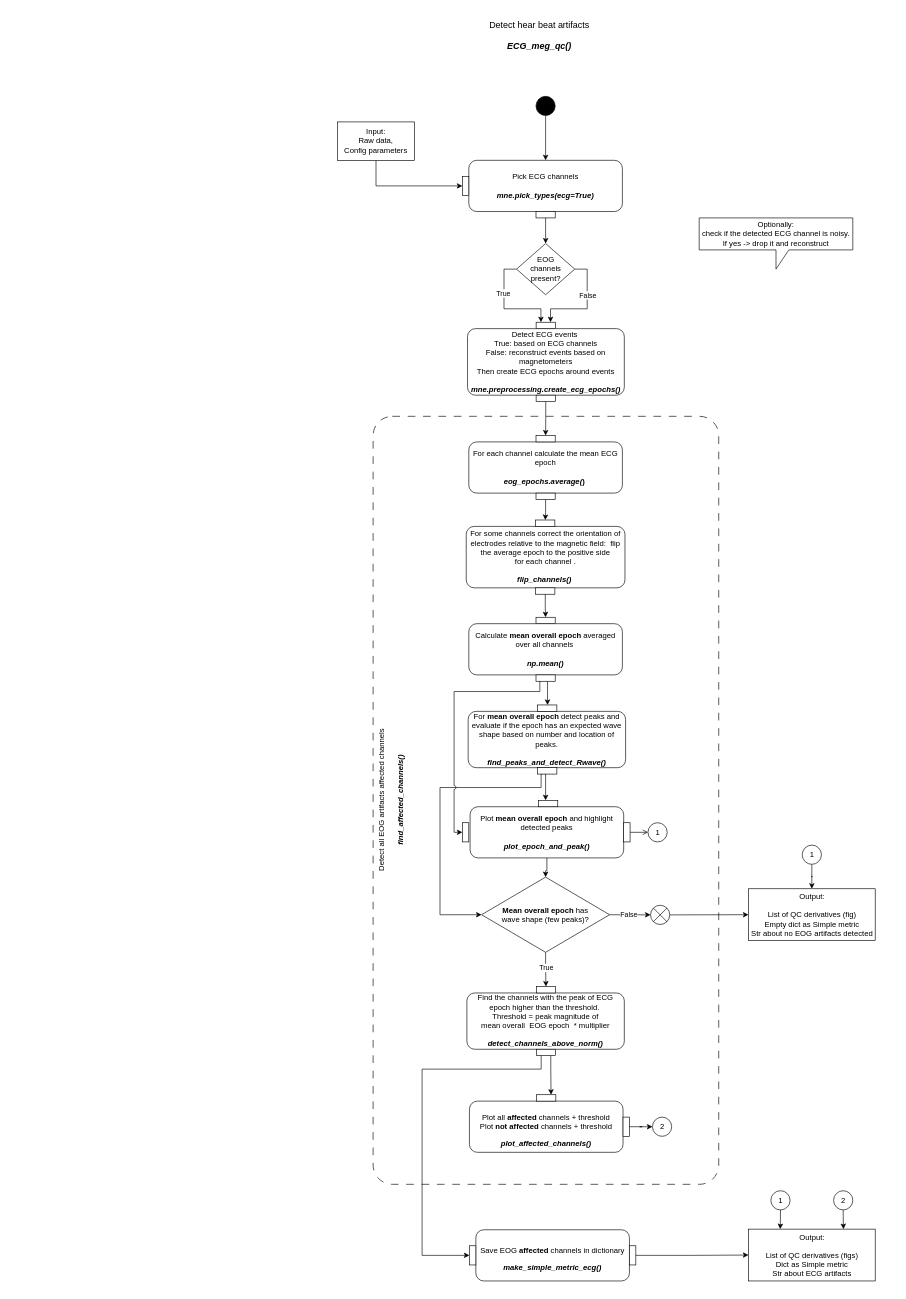
Before: diagrams/_ECG_UML2.5.drawio in oldgandalf/MEGqcJorge, a draw.io diagram. Source tidied: cells renumbered, new cells numbered last; positions are measured from the earlier drawing's top-left corner, leaving out a move shared by most shapes. Both pictures are drawn from the tidied source at 64%, with x=0, y=0 at pixel (184, 19).
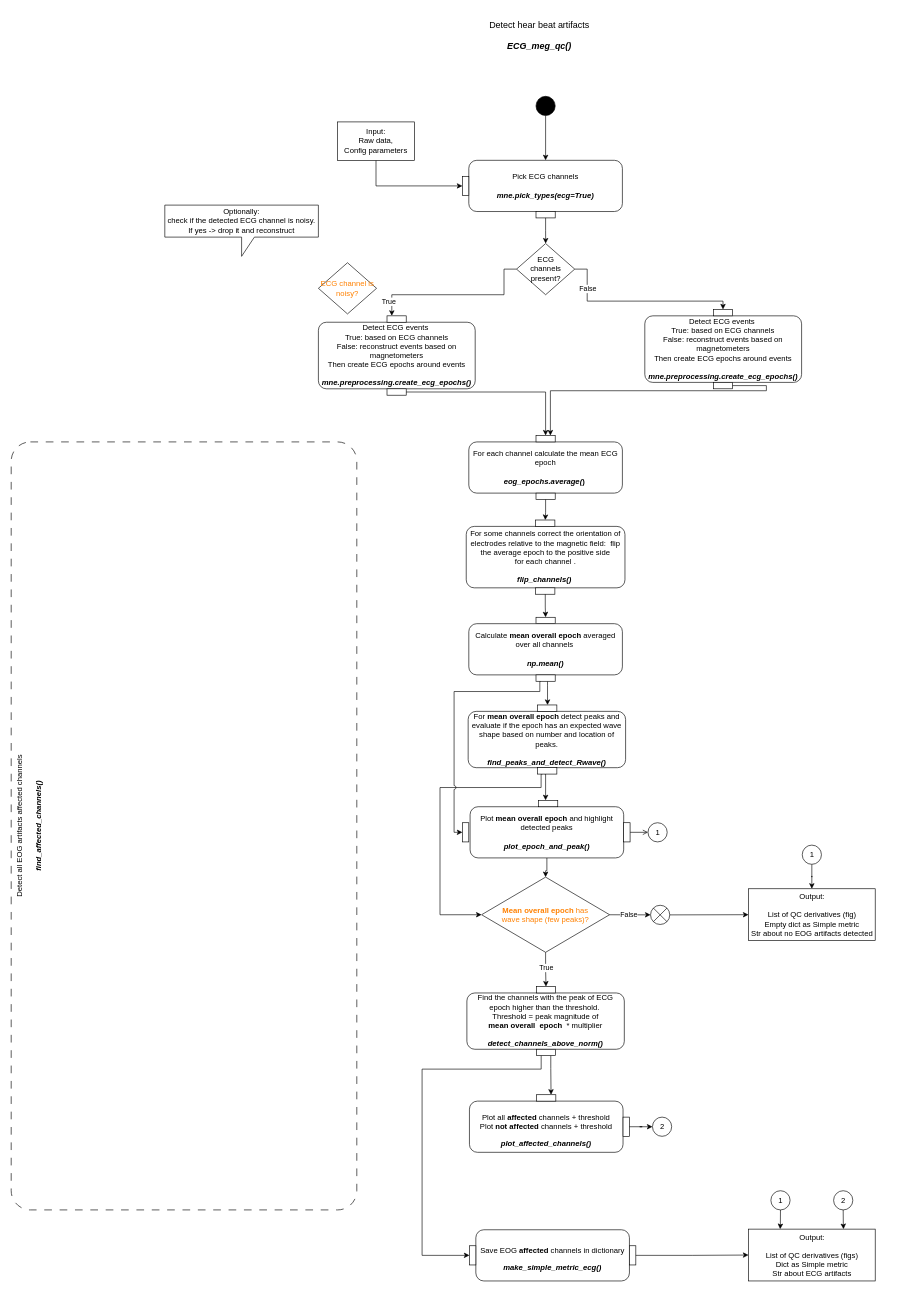
After the change.

The change refers to these unchanged cells:
```xml
<mxCell id="20" value="pinIn 1" style="fontStyle=0;labelPosition=center;verticalLabelPosition=top;align=center;verticalAlign=bottom;spacingLeft=2;fontFamily=Helvetica;fontSize=12;noLabel=1;" parent="17" vertex="1">
  <mxGeometry x="107.2" y="3" width="30" height="10" as="geometry" />
</mxCell>
<mxCell id="27" style="group;" parent="1" vertex="1">
  <mxGeometry x="443" y="1510" width="397" height="290" as="geometry" />
</mxCell>
<mxCell id="52" value="pinIn 1" style="fontStyle=0;labelPosition=center;verticalLabelPosition=top;align=center;verticalAlign=bottom;spacingLeft=2;fontFamily=Helvetica;fontSize=12;noLabel=1;" parent="49" vertex="1">
  <mxGeometry x="105" width="30" height="10" as="geometry" />
</mxCell>
```

Diff of the diagram source:
```diff
@@
-    <mxCell id="11" style="edgeStyle=orthogonalEdgeStyle;rounded=0;jettySize=auto;html=1;entryX=0.75;entryY=0;entryDx=0;entryDy=0;" parent="1" edge="1" source="15" target="20">
+    <mxCell id="11" style="edgeStyle=orthogonalEdgeStyle;rounded=0;jettySize=auto;html=1;entryX=0.5;entryY=0;entryDx=0;entryDy=0;" parent="1" edge="1" source="15" target="90">
       <mxGeometry relative="1" as="geometry">
         <Array as="points">
           <mxPoint x="630" y="390" />
-          <mxPoint x="630" y="452" />
-          <mxPoint x="573" y="452" />
+          <mxPoint x="630" y="440" />
+          <mxPoint x="842" y="440" />
         </Array>
       </mxGeometry>
     </mxCell>
     <mxCell id="12" value="False" style="edgeLabel;html=1;align=center;verticalAlign=middle;" parent="11" vertex="1">
       <mxGeometry x="-0.09" y="-2" relative="1" as="geometry">
-        <mxPoint x="2" y="-13" as="offset" />
+        <mxPoint x="-64" y="-22" as="offset" />
       </mxGeometry>
     </mxCell>
     <mxCell id="13" style="edgeStyle=orthogonalEdgeStyle;rounded=0;jettySize=auto;html=1;exitX=0;exitY=0.5;exitDx=0;exitDy=0;entryX=0.25;entryY=0;entryDx=0;entryDy=0;" parent="1" edge="1" source="15" target="20">
       <mxGeometry relative="1" as="geometry">
         <Array as="points">
           <mxPoint x="500" y="390" />
-          <mxPoint x="500" y="452" />
-          <mxPoint x="558" y="452" />
-          <mxPoint x="558" y="473" />
+          <mxPoint x="500" y="430" />
+          <mxPoint x="325" y="430" />
         </Array>
       </mxGeometry>
     </mxCell>
     <mxCell id="14" value="True" style="edgeLabel;html=1;align=center;verticalAlign=middle;" parent="13" vertex="1">
       <mxGeometry x="-0.2" y="-2" relative="1" as="geometry">
-        <mxPoint y="-7" as="offset" />
+        <mxPoint x="-133" y="12" as="offset" />
       </mxGeometry>
     </mxCell>
-    <mxCell id="15" value="EOG &lt;br&gt;channels present?" style="rhombus;whiteSpace=wrap;html=1;fontFamily=Helvetica;fontColor=#000000;" parent="1" vertex="1">
+    <mxCell id="15" value="ECG &lt;br&gt;channels present?" style="rhombus;whiteSpace=wrap;html=1;fontFamily=Helvetica;fontColor=#000000;" parent="1" vertex="1">
       <mxGeometry x="519.6" y="350" width="90.9" height="80" as="geometry" />
     </mxCell>
@@
     <mxCell id="17" style="group;spacingLeft=5;spacingRight=2;whiteSpace=wrap;" parent="1" vertex="1">
-      <mxGeometry x="443" y="470" width="245" height="130" as="geometry" />
+      <mxGeometry x="210" y="460" width="245" height="130" as="geometry" />
     </mxCell>
@@
-    <mxCell id="25" value="&lt;b&gt;Mean overall epoch&lt;/b&gt; has &lt;br&gt;wave shape (few peaks)?" style="rhombus;html=1;fontSize=12;whiteSpace=wrap;" parent="1" vertex="1">
+    <mxCell id="25" value="&lt;font color=&quot;#ff8000&quot;&gt;&lt;b&gt;Mean overall epoch&lt;/b&gt; has &lt;br&gt;wave shape (few peaks)?&lt;/font&gt;" style="rhombus;html=1;fontSize=12;whiteSpace=wrap;" parent="1" vertex="1">
       <mxGeometry x="465" y="1340" width="200" height="117.5" as="geometry" />
     </mxCell>
@@
-    <mxCell id="28" value="&lt;div style=&quot;border-color: var(--border-color);&quot;&gt;Find the channels with the&amp;nbsp;peak&lt;span style=&quot;border-color: var(--border-color); background-color: initial;&quot;&gt;&amp;nbsp;of ECG epoch higher than the threshold.&amp;nbsp;&lt;/span&gt;&lt;/div&gt;&lt;div style=&quot;border-color: var(--border-color);&quot;&gt;&lt;span style=&quot;border-color: var(--border-color); background-color: initial;&quot;&gt;Threshold = peak magnitude of &lt;br&gt;mean overall&amp;nbsp; EOG epoch&amp;nbsp; * multiplier&lt;/span&gt;&lt;/div&gt;&lt;br style=&quot;border-color: var(--border-color);&quot;&gt;&lt;b&gt;&lt;i&gt;detect_channels_above_norm()&lt;/i&gt;&lt;/b&gt;" style="html=1;align=center;verticalAlign=middle;rounded=1;absoluteArcSize=1;arcSize=25;dashed=0;fontFamily=Helvetica;fontSize=12;whiteSpace=wrap;noLabel=0;imageAlign=center;" parent="27" vertex="1">
+    <mxCell id="28" value="&lt;div style=&quot;border-color: var(--border-color);&quot;&gt;Find the channels with the&amp;nbsp;peak&lt;span style=&quot;border-color: var(--border-color); background-color: initial;&quot;&gt;&amp;nbsp;of ECG epoch higher than the threshold.&amp;nbsp;&lt;/span&gt;&lt;/div&gt;&lt;div style=&quot;border-color: var(--border-color);&quot;&gt;&lt;span style=&quot;border-color: var(--border-color); background-color: initial;&quot;&gt;Threshold = peak magnitude of &lt;br&gt;&lt;b&gt;mean overall&amp;nbsp; epoch&lt;/b&gt;&amp;nbsp; * multiplier&lt;/span&gt;&lt;/div&gt;&lt;br style=&quot;border-color: var(--border-color);&quot;&gt;&lt;b&gt;&lt;i&gt;detect_channels_above_norm()&lt;/i&gt;&lt;/b&gt;" style="html=1;align=center;verticalAlign=middle;rounded=1;absoluteArcSize=1;arcSize=25;dashed=0;fontFamily=Helvetica;fontSize=12;whiteSpace=wrap;noLabel=0;imageAlign=center;" parent="27" vertex="1">
       <mxGeometry x="-1" y="11" width="246" height="88" as="geometry" />
     </mxCell>
@@
     <mxCell id="85" value="Detect all EOG artifacts affected channels&lt;br&gt;&lt;br&gt;&lt;b&gt;&lt;i&gt;find_affected_channels()&lt;/i&gt;&lt;/b&gt;" style="html=1;align=center;verticalAlign=top;rounded=1;absoluteArcSize=1;arcSize=60;dashed=1;fontFamily=Helvetica;fontSize=12;whiteSpace=wrap;noLabel=0;imageAlign=center;horizontal=0;fillColor=none;dashPattern=12 12;" parent="1" vertex="1">
-      <mxGeometry x="295.5" y="620" width="540" height="1200" as="geometry" />
+      <mxGeometry x="-270" y="660" width="540" height="1200" as="geometry" />
     </mxCell>
     <mxCell id="86" value="Optionally:&lt;br style=&quot;border-color: var(--border-color);&quot;&gt;check if the detected ECG channel is noisy. If yes -&amp;gt; drop it and reconstruct" style="shape=callout;whiteSpace=wrap;html=1;perimeter=calloutPerimeter;fontFamily=Helvetica;fontColor=#000000;" parent="1" vertex="1">
-      <mxGeometry x="805" y="310" width="240" height="80" as="geometry" />
+      <mxGeometry x="-30" y="290" width="240" height="80" as="geometry" />
     </mxCell>
+    <mxCell id="87" style="group;spacingLeft=5;spacingRight=2;whiteSpace=wrap;" parent="1" vertex="1">
+      <mxGeometry x="720" y="450" width="245" height="130" as="geometry" />
+    </mxCell>
+    <mxCell id="88" value="&lt;div style=&quot;border-color: var(--border-color);&quot;&gt;&lt;div style=&quot;border-color: var(--border-color);&quot;&gt;&lt;font style=&quot;border-color: var(--border-color);&quot;&gt;Detect ECG events&amp;nbsp;&lt;/font&gt;&lt;/div&gt;&lt;div style=&quot;border-color: var(--border-color);&quot;&gt;&lt;font style=&quot;border-color: var(--border-color);&quot;&gt;True: based on ECG channels&lt;/font&gt;&lt;/div&gt;&lt;div style=&quot;border-color: var(--border-color);&quot;&gt;&lt;font style=&quot;border-color: var(--border-color);&quot;&gt;False: reconstruct events based on magnetometers&lt;/font&gt;&lt;/div&gt;&lt;div style=&quot;border-color: var(--border-color);&quot;&gt;&lt;font style=&quot;border-color: var(--border-color);&quot;&gt;Then create ECG epochs around events&lt;/font&gt;&lt;/div&gt;&lt;/div&gt;&lt;br&gt;&lt;i&gt;&lt;b&gt;&lt;font style=&quot;border-color: var(--border-color);&quot;&gt;mne.preprocessing.&lt;/font&gt;create_ecg_epochs()&lt;/b&gt;&lt;/i&gt;" style="html=1;align=center;verticalAlign=middle;rounded=1;absoluteArcSize=1;arcSize=25;dashed=0;fontFamily=Helvetica;fontSize=12;whiteSpace=wrap;noLabel=0;imageAlign=center;" parent="87" vertex="1">
+      <mxGeometry y="13" width="245" height="104" as="geometry" />
+    </mxCell>
+    <mxCell id="89" value="pinOut 2" style="fontStyle=0;labelPosition=center;verticalLabelPosition=bottom;align=center;verticalAlign=top;spacingLeft=2;fontFamily=Helvetica;fontSize=12;noLabel=1;" parent="87" vertex="1">
+      <mxGeometry x="107.2" y="117" width="30" height="10" as="geometry" />
+    </mxCell>
+    <mxCell id="90" value="pinIn 1" style="fontStyle=0;labelPosition=center;verticalLabelPosition=top;align=center;verticalAlign=bottom;spacingLeft=2;fontFamily=Helvetica;fontSize=12;noLabel=1;" parent="87" vertex="1">
+      <mxGeometry x="107.2" y="3" width="30" height="10" as="geometry" />
+    </mxCell>
+    <mxCell id="91" style="edgeStyle=orthogonalEdgeStyle;rounded=0;jettySize=auto;html=1;entryX=0.75;entryY=0;entryDx=0;entryDy=0;" parent="1" edge="1" source="89" target="52">
+      <mxGeometry relative="1" as="geometry">
+        <Array as="points">
+          <mxPoint x="910" y="572" />
+          <mxPoint x="910" y="580" />
+          <mxPoint x="573" y="580" />
+        </Array>
+      </mxGeometry>
+    </mxCell>
+    <mxCell id="92" value="&lt;font color=&quot;#ff8000&quot;&gt;ECG channel is noisy?&lt;/font&gt;" style="rhombus;whiteSpace=wrap;html=1;fontFamily=Helvetica;fontColor=#000000;" parent="1" vertex="1">
+      <mxGeometry x="210" y="380" width="90.9" height="80" as="geometry" />
+    </mxCell>
```
